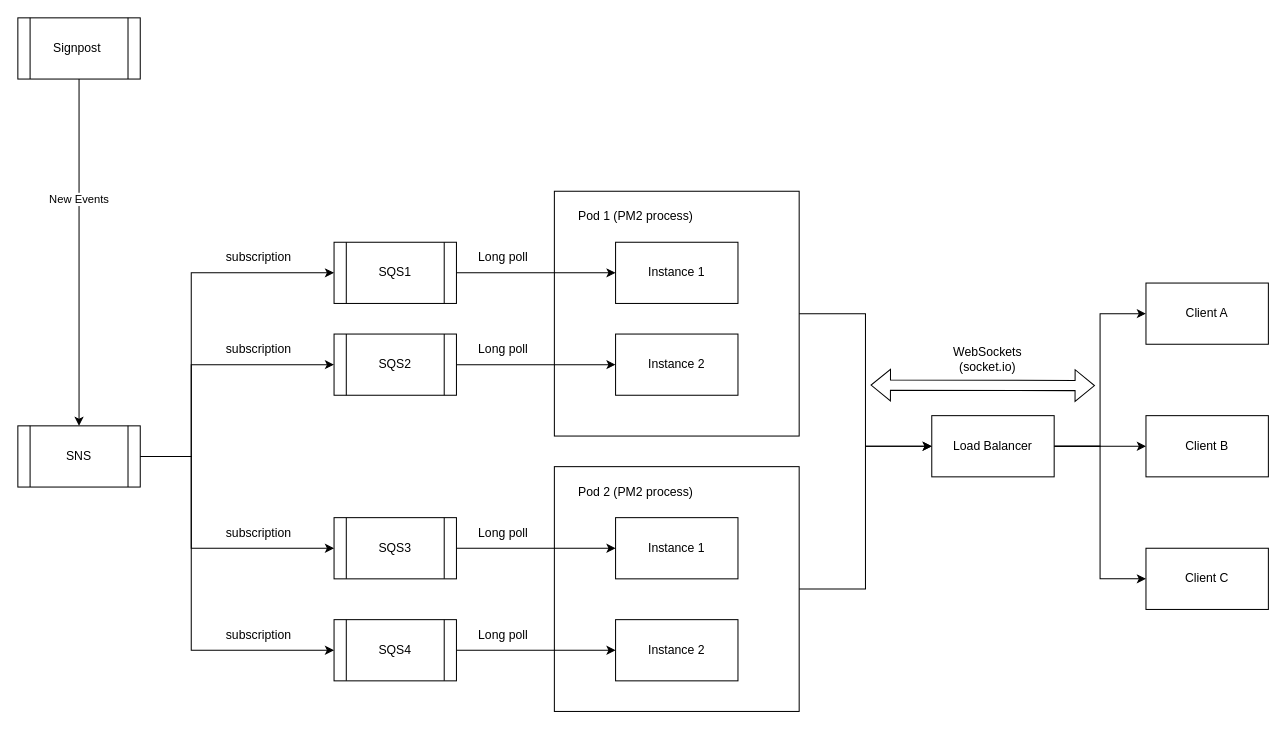
Earlier version of the draw.io diagram page "AWS SQS" (1 of 3) of hppd-Inbox.drawio (half-6/workflow). Source tidied: cells renumbered, new cells numbered last; positions are measured from the earlier drawing's top-left corner, leaving out a move shared by most shapes. Both pictures are drawn from the tidied source at 102%, with x=0, y=0 at pixel (17, 17).
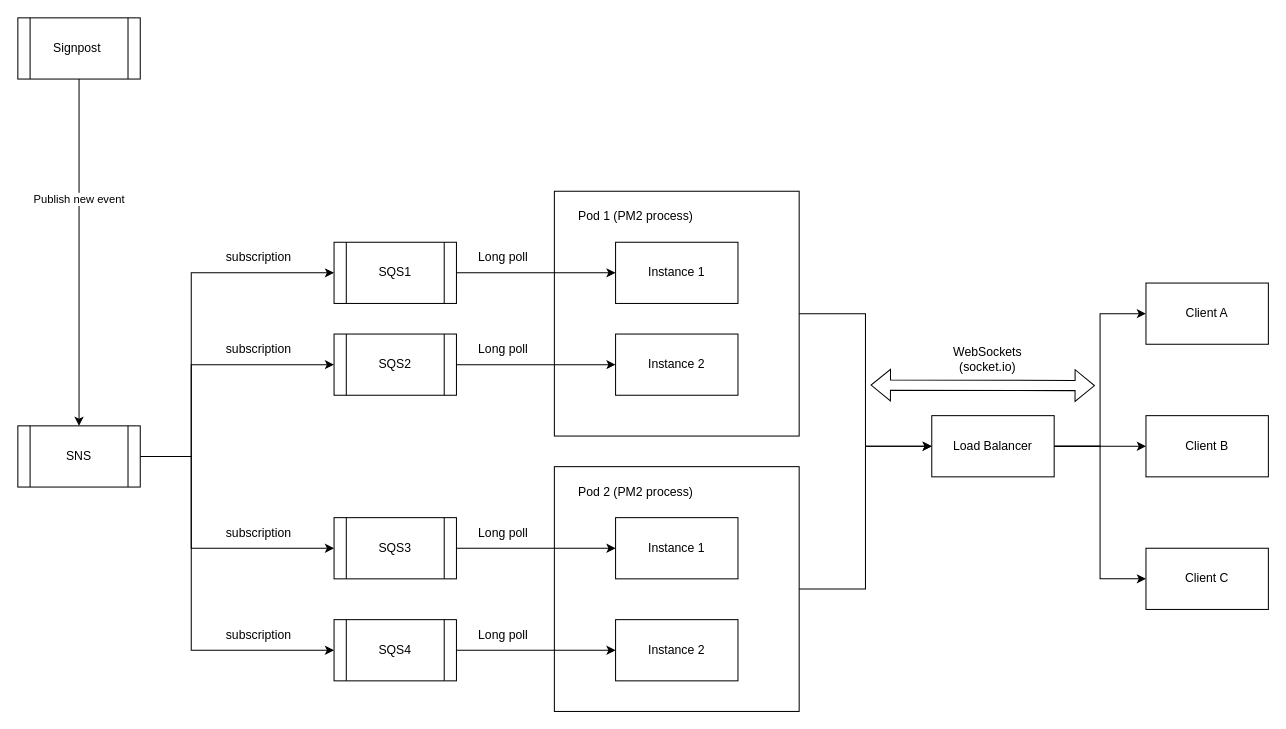
The same page after the edit.

Unchanged cells that the change refers to:
```xml
<mxCell id="34" style="edgeStyle=orthogonalEdgeStyle;rounded=0;jettySize=auto;html=1;entryX=0.5;entryY=0;entryDx=0;entryDy=0;" parent="1" edge="1" source="36" target="16">
  <mxGeometry relative="1" as="geometry" />
</mxCell>
```

Diff of the diagram source:
```diff
@@
-    <mxCell id="35" value="New Events" style="edgeLabel;html=1;align=center;verticalAlign=middle;" parent="34" vertex="1">
+    <mxCell id="35" value="Publish new event" style="edgeLabel;html=1;align=center;verticalAlign=middle;" parent="34" vertex="1">
       <mxGeometry x="-0.31" y="-1" relative="1" as="geometry" />
     </mxCell>
```
